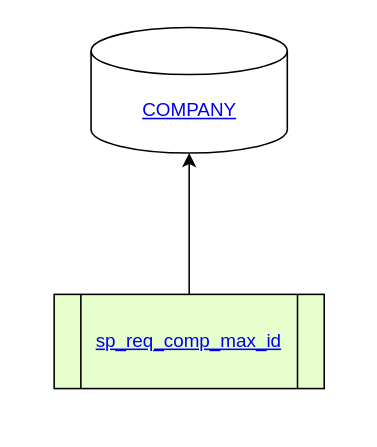
This is sp_req_comp_max_id.drawio from Leo-Nam/chium_draw, a draw.io file, before an edit. Source tidied: cells renumbered, new cells numbered last; positions are measured from the earlier drawing's top-left corner, leaving out a move shared by most shapes. Both pictures are drawn from the tidied source at 157%, with x=0, y=0 at pixel (53, 27).
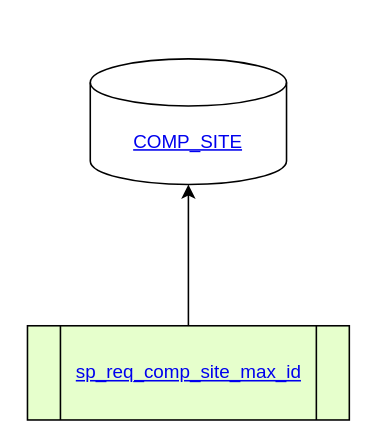
The same page after the edit.

Commit message (it also covers changes not shown here):
sp_insert_collector_wste_lists

What changed in the source:
```diff
@@
 <mxGraphModel>
   <root>
     <mxCell id="0" />
     <mxCell id="1" parent="0" />
-    <mxCell id="2" style="edgeStyle=orthogonalEdgeStyle;rounded=0;jettySize=auto;html=1;" parent="1" edge="1" source="3" target="4">
-      <mxGeometry relative="1" as="geometry" />
-    </mxCell>
-    <mxCell id="3" value="&lt;a href=&quot;https://www.notion.so/sp_req_comp_max_id-e1abaeb116cc4bf48353909415c0937b&quot;&gt;sp_req_comp_max_id&lt;/a&gt;" style="shape=process;whiteSpace=wrap;html=1;backgroundOutline=1;rounded=0;fillColor=#E6FFCC;" parent="1" vertex="1">
-      <mxGeometry y="170" width="172" height="60" as="geometry" />
-    </mxCell>
-    <mxCell id="4" value="&lt;a href=&quot;https://www.notion.so/COMPANY-ecf933d05c504f218acec5cd7175dbe9&quot;&gt;COMPANY&lt;/a&gt;" style="shape=cylinder3;whiteSpace=wrap;html=1;boundedLbl=1;backgroundOutline=1;size=15;" parent="1" vertex="1">
-      <mxGeometry x="23.5" width="125" height="80" as="geometry" />
-    </mxCell>
+    <mxCell id="5" style="edgeStyle=orthogonalEdgeStyle;rounded=0;jettySize=auto;html=1;" parent="1" edge="1" source="6" target="7">
+      <mxGeometry relative="1" as="geometry" />
+    </mxCell>
+    <mxCell id="6" value="&lt;a href=&quot;https://www.notion.so/sp_req_comp_max_id-e1abaeb116cc4bf48353909415c0937b&quot;&gt;sp_req_comp_site_max_id&lt;/a&gt;" style="shape=process;whiteSpace=wrap;html=1;backgroundOutline=1;rounded=0;fillColor=#E6FFCC;" parent="1" vertex="1">
+      <mxGeometry x="-17" y="190" width="205" height="60" as="geometry" />
+    </mxCell>
+    <mxCell id="7" value="&lt;a href=&quot;https://www.notion.so/COMP_SITE-accb03cb0e274fda9f742a88703b821a&quot;&gt;COMP_SITE&lt;/a&gt;" style="shape=cylinder3;whiteSpace=wrap;html=1;boundedLbl=1;backgroundOutline=1;size=15;" parent="1" vertex="1">
+      <mxGeometry x="23" y="20" width="125" height="80" as="geometry" />
+    </mxCell>
   </root>
 </mxGraphModel>
```
